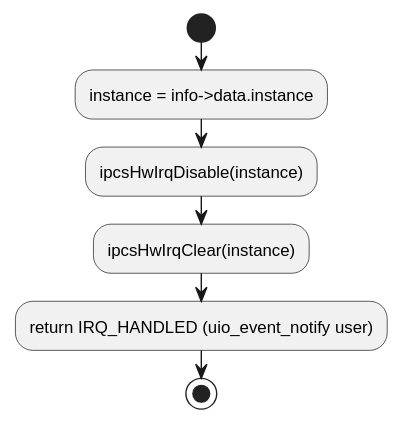
The PlantUML diagram c1_sdd_linux-ipcs/cursor_tmp/flow_svgs/linux_6_4_20_ipcsShmUioHandler.svg in Mastang1/sad_sdd_proj, before a commit.
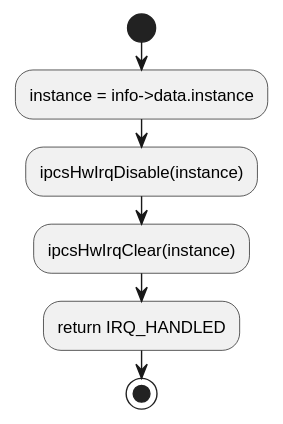
The same file after the commit.

Diff of the diagram source:
```diff
@@ -6,6 +6,6 @@
 :instance = info->data.instance;
 :ipcsHwIrqDisable(instance);
 :ipcsHwIrqClear(instance);
-:return IRQ_HANDLED (uio_event_notify user);
+:return IRQ_HANDLED;
 stop
 @enduml
```
